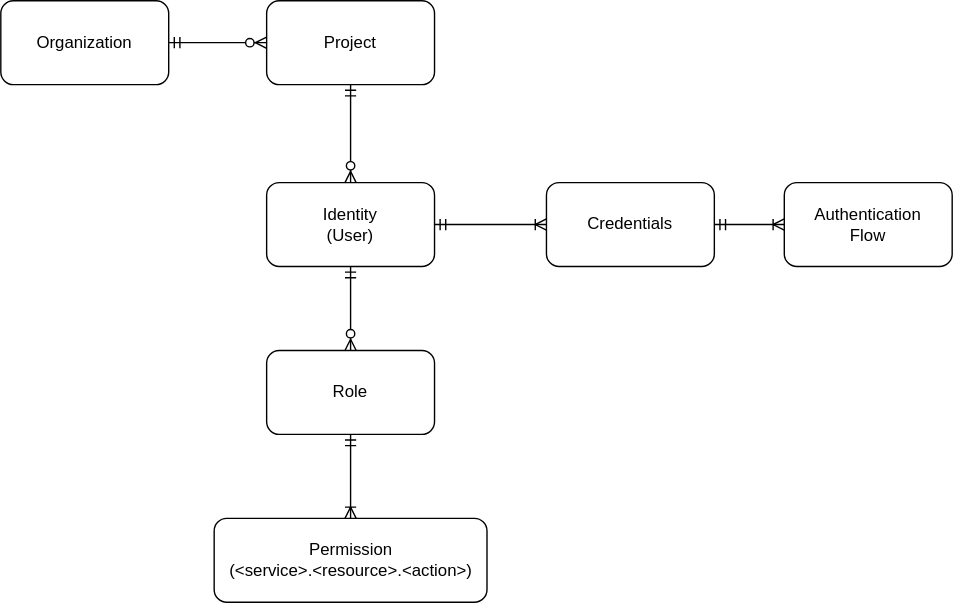
andresetevejob/oidc-server keeps this draw.io diagram as doc/IAM-data-model.svg. Above is the earlier version. Source tidied: cells renumbered, new cells last; positions are measured from the earlier drawing's top-left corner, leaving out a move shared by most shapes.
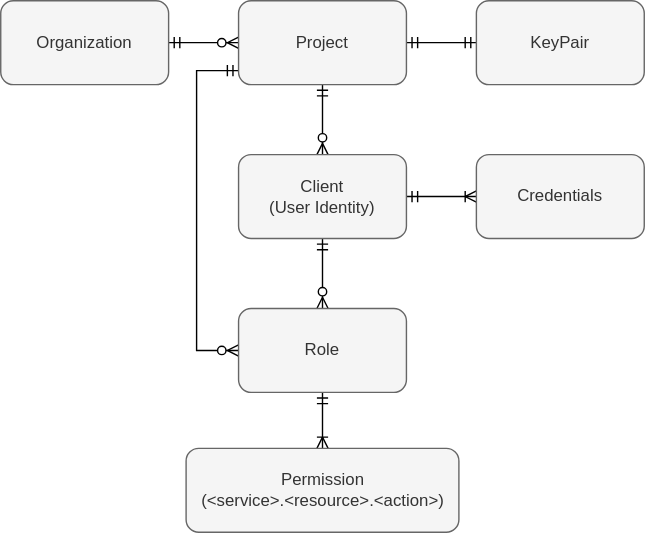
Later version of the same file.

The edit, as a diff of the source:
```diff
@@ -5,13 +5,24 @@
     <mxCell id="2" style="edgeStyle=none;rounded=0;jettySize=auto;html=1;startArrow=ERmandOne;startFill=0;endArrow=ERzeroToMany;endFill=1;" parent="1" edge="1" source="3" target="5">
       <mxGeometry relative="1" as="geometry" />
     </mxCell>
-    <mxCell id="3" value="Organization" style="rounded=1;whiteSpace=wrap;html=1;" parent="1" vertex="1">
-      <mxGeometry width="120" height="60" as="geometry" />
+    <mxCell id="3" value="Organization" style="rounded=1;whiteSpace=wrap;html=1;fillColor=#f5f5f5;strokeColor=#666666;fontColor=#333333;" parent="1" vertex="1">
+      <mxGeometry x="20" width="120" height="60" as="geometry" />
     </mxCell>
     <mxCell id="4" style="edgeStyle=none;rounded=0;jettySize=auto;html=1;startArrow=ERmandOne;startFill=0;endArrow=ERzeroToMany;endFill=1;" parent="1" edge="1" source="5" target="8">
       <mxGeometry relative="1" as="geometry" />
     </mxCell>
+    <mxCell id="15" style="edgeStyle=orthogonalEdgeStyle;rounded=0;jettySize=auto;html=1;startArrow=ERmandOne;startFill=0;endArrow=ERmandOne;endFill=0;" parent="1" edge="1" source="5" target="17">
+      <mxGeometry relative="1" as="geometry" />
+    </mxCell>
+    <mxCell id="16" style="edgeStyle=orthogonalEdgeStyle;rounded=0;jettySize=auto;html=1;entryX=0;entryY=0.5;entryDx=0;entryDy=0;startArrow=ERmandOne;startFill=0;endArrow=ERzeroToMany;endFill=1;" parent="1" edge="1" source="5" target="12">
+      <mxGeometry relative="1" as="geometry">
+        <Array as="points">
+          <mxPoint x="160" y="50" />
+          <mxPoint x="160" y="250" />
+        </Array>
+      </mxGeometry>
+    </mxCell>
-    <mxCell id="5" value="Project" style="rounded=1;whiteSpace=wrap;html=1;" parent="1" vertex="1">
+    <mxCell id="5" value="Project" style="rounded=1;whiteSpace=wrap;html=1;fillColor=#f5f5f5;strokeColor=#666666;fontColor=#333333;" parent="1" vertex="1">
       <mxGeometry x="190" width="120" height="60" as="geometry" />
     </mxCell>
     <mxCell id="6" style="edgeStyle=none;rounded=0;jettySize=auto;html=1;startArrow=ERmandOne;startFill=0;endArrow=ERoneToMany;endFill=0;" parent="1" edge="1" source="8" target="10">
@@ -20,26 +31,23 @@
     <mxCell id="7" style="edgeStyle=none;rounded=0;jettySize=auto;html=1;startArrow=ERmandOne;startFill=0;endArrow=ERzeroToMany;endFill=1;" parent="1" edge="1" source="8" target="12">
       <mxGeometry relative="1" as="geometry" />
     </mxCell>
-    <mxCell id="8" value="Identity&lt;br&gt;(User)" style="rounded=1;whiteSpace=wrap;html=1;" parent="1" vertex="1">
-      <mxGeometry x="190" y="130" width="120" height="60" as="geometry" />
+    <mxCell id="8" value="Client&lt;br&gt;(User Identity)" style="rounded=1;whiteSpace=wrap;html=1;fillColor=#f5f5f5;strokeColor=#666666;fontColor=#333333;" parent="1" vertex="1">
+      <mxGeometry x="190" y="110" width="120" height="60" as="geometry" />
     </mxCell>
-    <mxCell id="9" style="edgeStyle=none;rounded=0;jettySize=auto;html=1;startArrow=ERmandOne;startFill=0;endArrow=ERoneToMany;endFill=0;" parent="1" edge="1" source="10" target="14">
-      <mxGeometry relative="1" as="geometry" />
-    </mxCell>
-    <mxCell id="10" value="Credentials" style="rounded=1;whiteSpace=wrap;html=1;" parent="1" vertex="1">
-      <mxGeometry x="390" y="130" width="120" height="60" as="geometry" />
+    <mxCell id="10" value="Credentials" style="rounded=1;whiteSpace=wrap;html=1;fillColor=#f5f5f5;strokeColor=#666666;fontColor=#333333;" parent="1" vertex="1">
+      <mxGeometry x="360" y="110" width="120" height="60" as="geometry" />
     </mxCell>
     <mxCell id="11" style="edgeStyle=none;rounded=0;jettySize=auto;html=1;startArrow=ERmandOne;startFill=0;endArrow=ERoneToMany;endFill=0;" parent="1" edge="1" source="12" target="13">
       <mxGeometry relative="1" as="geometry" />
     </mxCell>
-    <mxCell id="12" value="Role" style="rounded=1;whiteSpace=wrap;html=1;" parent="1" vertex="1">
-      <mxGeometry x="190" y="250" width="120" height="60" as="geometry" />
+    <mxCell id="12" value="Role" style="rounded=1;whiteSpace=wrap;html=1;fillColor=#f5f5f5;strokeColor=#666666;fontColor=#333333;" parent="1" vertex="1">
+      <mxGeometry x="190" y="220" width="120" height="60" as="geometry" />
     </mxCell>
-    <mxCell id="13" value="Permission&lt;br&gt;(&amp;lt;service&amp;gt;.&amp;lt;resource&amp;gt;.&amp;lt;action&amp;gt;)" style="rounded=1;whiteSpace=wrap;html=1;" parent="1" vertex="1">
-      <mxGeometry x="152.5" y="370" width="195" height="60" as="geometry" />
+    <mxCell id="13" value="Permission&lt;br&gt;(&amp;lt;service&amp;gt;.&amp;lt;resource&amp;gt;.&amp;lt;action&amp;gt;)" style="rounded=1;whiteSpace=wrap;html=1;fillColor=#f5f5f5;strokeColor=#666666;fontColor=#333333;" parent="1" vertex="1">
+      <mxGeometry x="152.5" y="320" width="195" height="60" as="geometry" />
     </mxCell>
-    <mxCell id="14" value="Authentication&lt;br&gt;Flow" style="rounded=1;whiteSpace=wrap;html=1;" parent="1" vertex="1">
-      <mxGeometry x="560" y="130" width="120" height="60" as="geometry" />
-    </mxCell>
+    <mxCell id="17" value="KeyPair" style="rounded=1;whiteSpace=wrap;html=1;fillColor=#f5f5f5;strokeColor=#666666;fontColor=#333333;" parent="1" vertex="1">
+      <mxGeometry x="360" width="120" height="60" as="geometry" />
+    </mxCell>
   </root>
 </mxGraphModel>
```
